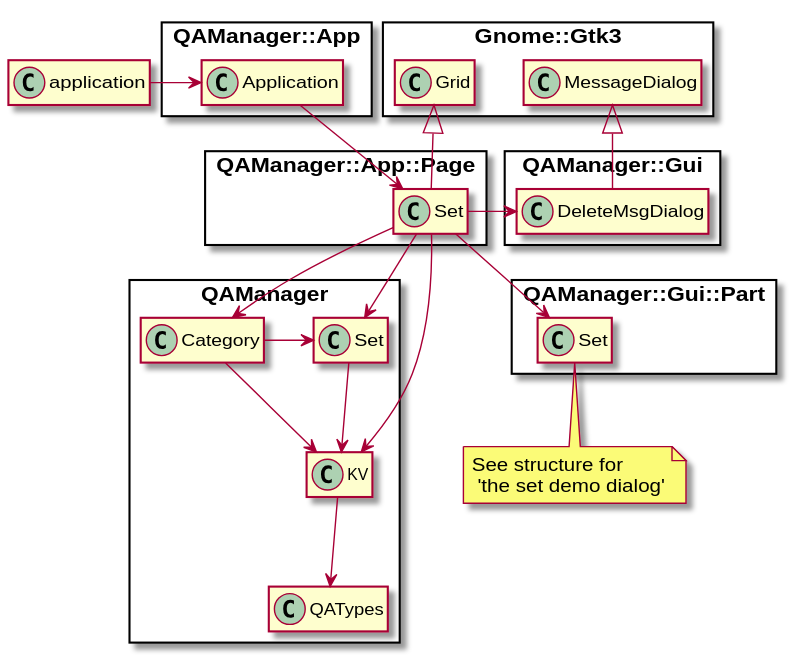
MARTIMM/question-answer keeps this PlantUML diagram as doc/plantuml/structure-set.svg. Above is the earlier version. Its diagram source:
```plantuml
@startuml
skinparam packageStyle rectangle
set namespaceSeparator ::
hide members


application -> QAManager::App::Application

QAManager::App::Application --> QAManager::App::Page::Set



QAManager::App::Page::Set --> QAManager::Category
QAManager::App::Page::Set --> QAManager::Set
QAManager::App::Page::Set --> QAManager::KV
QAManager::App::Page::Set -> QAManager::Gui::YNMsgDialog
QAManager::App::Page::Set --> QAManager::Gui::Part::Set
note "See structure for\n 'the set demo dialog'" as N1
QAManager::Gui::Part::Set .. N1

Gnome::Gtk3::Grid <|-- QAManager::App::Page::Set


QAManager::Category -> QAManager::Set
QAManager::Category --> QAManager::KV



QAManager::Set --> QAManager::KV

QAManager::KV --> QAManager::QATypes


Gnome::Gtk3::MessageDialog <|-- QAManager::Gui::YNMsgDialog




@enduml
```
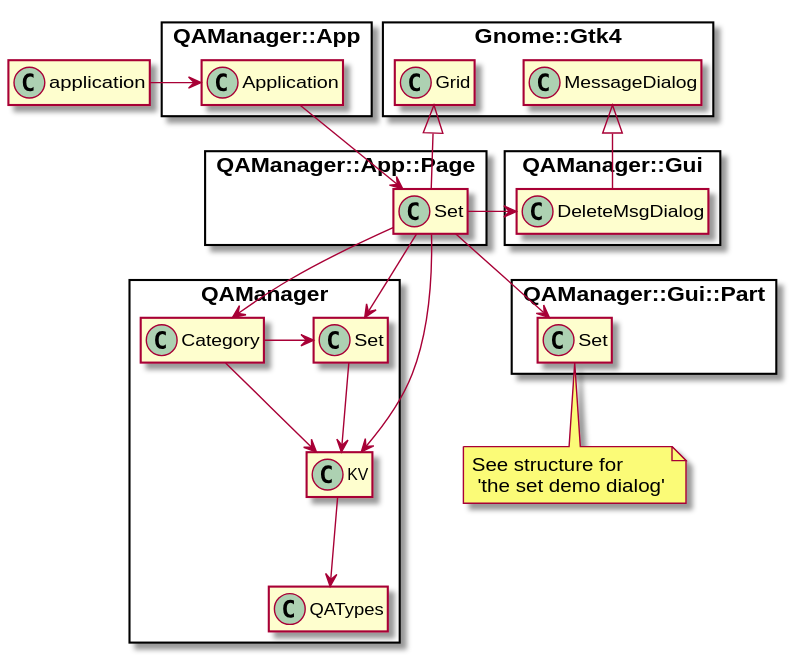
After the change.

The edit, as a diff of the source:
```diff
@@ -18,7 +18,7 @@
 note "See structure for\n 'the set demo dialog'" as N1
 QAManager::Gui::Part::Set .. N1
 
-Gnome::Gtk3::Grid <|-- QAManager::App::Page::Set
+Gnome::Gtk4::Grid <|-- QAManager::App::Page::Set
 
 
 QAManager::Category -> QAManager::Set
@@ -31,7 +31,7 @@
 QAManager::KV --> QAManager::QATypes
 
 
-Gnome::Gtk3::MessageDialog <|-- QAManager::Gui::YNMsgDialog
+Gnome::Gtk4::MessageDialog <|-- QAManager::Gui::YNMsgDialog
 
 
 
```
